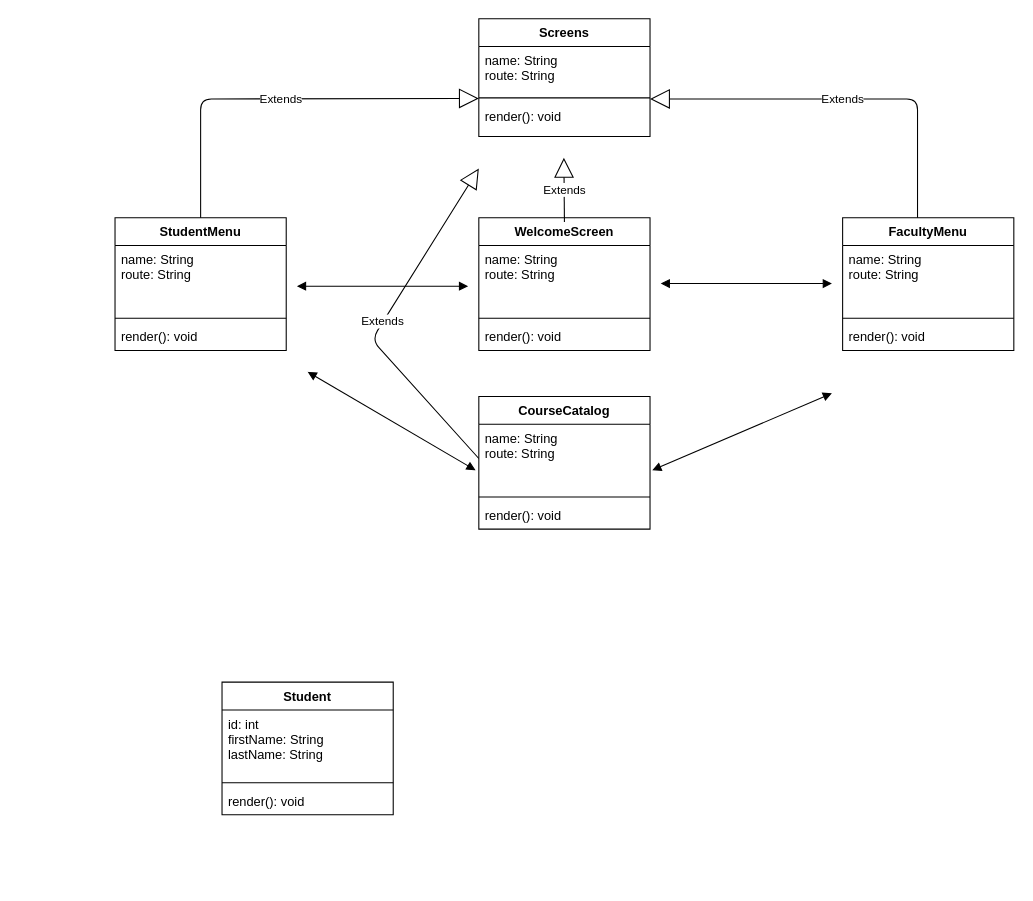
Above: classDiagram.drawio in 210726-java-react-serverless/hiroshi_nobuoka_p0 (draw.io), before the change. Source tidied: cells renumbered, new cells numbered last; positions are measured from the earlier drawing's top-left corner, leaving out a move shared by most shapes. Both pictures are drawn from the tidied source at 107%, with x=0, y=0 at pixel (114, 18).
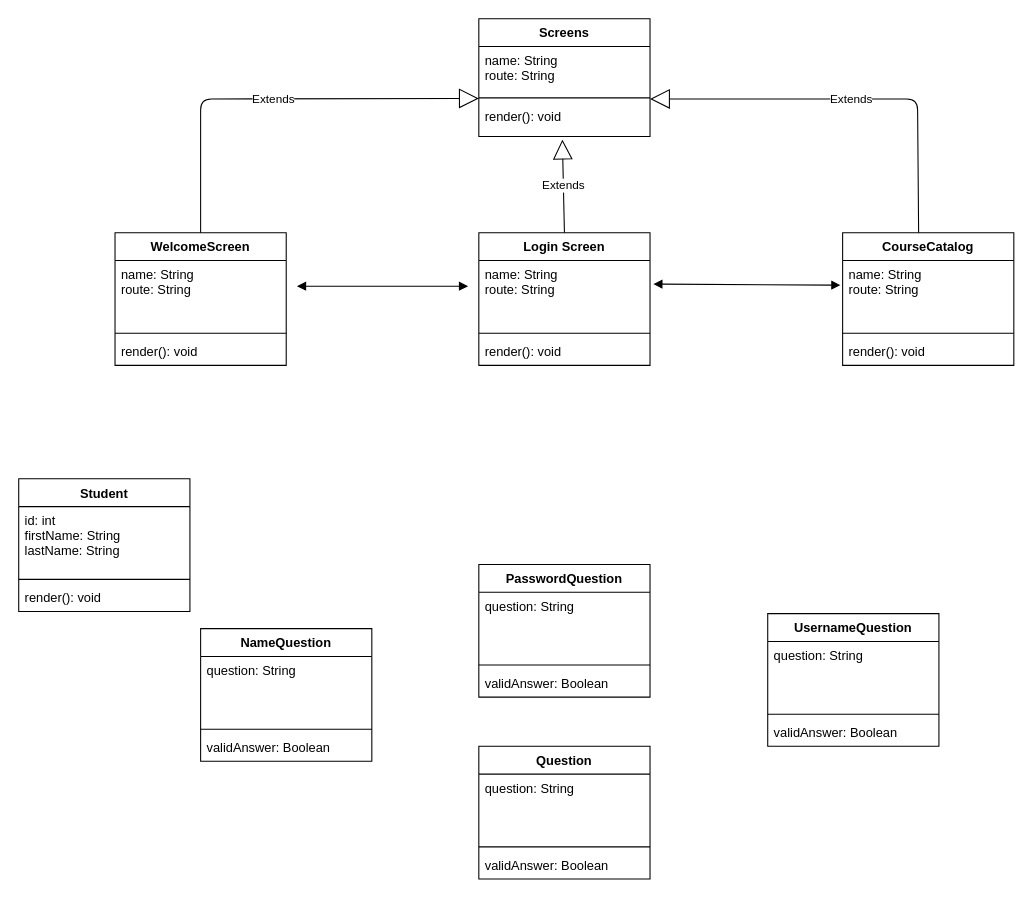
After the change.

Unchanged cells that the change refers to:
```xml
<mxCell id="5" value="render(): void&#10;" style="text;strokeColor=none;fillColor=none;align=left;verticalAlign=top;spacingLeft=4;spacingRight=4;overflow=hidden;points=[[0,0.5],[1,0.5]];portConstraint=eastwest;" parent="2" vertex="1">
  <mxGeometry y="78" width="160" height="32" as="geometry" />
</mxCell>
<mxCell id="11" value="name: String&#10;route: String" style="text;strokeColor=none;fillColor=none;align=left;verticalAlign=top;spacingLeft=4;spacingRight=4;overflow=hidden;points=[[0,0.5],[1,0.5]];portConstraint=eastwest;" parent="10" vertex="1">
  <mxGeometry y="26" width="160" height="64" as="geometry" />
</mxCell>
<mxCell id="24" value="name: String&#10;route: String" style="text;strokeColor=none;fillColor=none;align=left;verticalAlign=top;spacingLeft=4;spacingRight=4;overflow=hidden;points=[[0,0.5],[1,0.5]];portConstraint=eastwest;" parent="23" vertex="1">
  <mxGeometry y="26" width="160" height="64" as="geometry" />
</mxCell>
```

What changed in the source:
```diff
@@
     <mxCell id="6" value="WelcomeScreen" style="swimlane;fontStyle=1;align=center;verticalAlign=top;horizontal=1;startSize=26;" parent="1" vertex="1">
-      <mxGeometry x="340" y="186" width="160" height="124" as="geometry" />
+      <mxGeometry y="200" width="160" height="124" as="geometry" />
     </mxCell>
@@
-    <mxCell id="10" value="StudentMenu" style="swimlane;fontStyle=1;align=center;verticalAlign=top;horizontal=1;startSize=26;" parent="1" vertex="1">
-      <mxGeometry y="186" width="160" height="124" as="geometry" />
+    <mxCell id="10" value="Login Screen" style="swimlane;fontStyle=1;align=center;verticalAlign=top;horizontal=1;startSize=26;" parent="1" vertex="1">
+      <mxGeometry x="340" y="200" width="160" height="124" as="geometry" />
     </mxCell>
@@
-    <mxCell id="14" value="FacultyMenu" style="swimlane;fontStyle=1;align=center;verticalAlign=top;horizontal=1;startSize=26;" parent="1" vertex="1">
-      <mxGeometry x="680" y="186" width="160" height="124" as="geometry" />
-    </mxCell>
-    <mxCell id="15" value="name: String&#10;route: String" style="text;strokeColor=none;fillColor=none;align=left;verticalAlign=top;spacingLeft=4;spacingRight=4;overflow=hidden;" parent="14" vertex="1">
-      <mxGeometry y="26" width="160" height="64" as="geometry" />
-    </mxCell>
-    <mxCell id="16" style="line;strokeWidth=1;fillColor=none;align=left;verticalAlign=middle;spacingTop=-1;spacingLeft=3;spacingRight=3;labelPosition=right;" parent="14" vertex="1">
-      <mxGeometry y="90" width="160" height="8" as="geometry" />
-    </mxCell>
-    <mxCell id="17" value="render(): void" style="text;strokeColor=none;fillColor=none;align=left;verticalAlign=top;spacingLeft=4;spacingRight=4;overflow=hidden;" parent="14" vertex="1">
-      <mxGeometry y="98" width="160" height="26" as="geometry" />
-    </mxCell>
-    <mxCell id="18" value="Extends" style="endArrow=block;endSize=16;endFill=0;html=1;exitX=0.5;exitY=0;exitDx=0;exitDy=0;" parent="1" edge="1" source="10">
+    <mxCell id="18" value="Extends" style="endArrow=block;endSize=16;endFill=0;html=1;exitX=0.5;exitY=0;exitDx=0;exitDy=0;" parent="1" edge="1" source="6">
       <mxGeometry relative="1" as="geometry">
         <mxPoint x="340" y="74.5" as="targetPoint" />
         <Array as="points">
           <mxPoint x="80" y="75" />
         </Array>
       </mxGeometry>
     </mxCell>
-    <mxCell id="19" value="Extends" style="endArrow=block;endSize=16;endFill=0;html=1;exitX=0.5;exitY=0;exitDx=0;exitDy=0;" parent="1" edge="1">
+    <mxCell id="19" value="Extends" style="endArrow=block;endSize=16;endFill=0;html=1;exitX=0.444;exitY=0.008;exitDx=0;exitDy=0;exitPerimeter=0;" parent="1" edge="1" source="23">
       <mxGeometry relative="1" as="geometry">
-        <mxPoint x="750" y="186" as="sourcePoint" />
         <mxPoint x="500" y="75" as="targetPoint" />
         <Array as="points">
           <mxPoint x="750" y="75" />
         </Array>
       </mxGeometry>
     </mxCell>
-    <mxCell id="20" value="Extends" style="endArrow=block;endSize=16;endFill=0;html=1;" parent="1" edge="1">
-      <mxGeometry relative="1" as="geometry">
-        <mxPoint x="420" y="190" as="sourcePoint" />
-        <mxPoint x="419.5" y="130" as="targetPoint" />
-      </mxGeometry>
+    <mxCell id="20" value="Extends" style="endArrow=block;endSize=16;endFill=0;html=1;entryX=0.488;entryY=1.094;entryDx=0;entryDy=0;entryPerimeter=0;exitX=0.5;exitY=0;exitDx=0;exitDy=0;" parent="1" edge="1" source="10" target="5">
+      <mxGeometry relative="1" as="geometry" />
     </mxCell>
@@
-    <mxCell id="22" style="endArrow=block;startArrow=block;endFill=1;startFill=1;html=1;" parent="1" edge="1">
+    <mxCell id="22" style="endArrow=block;startArrow=block;endFill=1;startFill=1;html=1;exitX=1.019;exitY=0.344;exitDx=0;exitDy=0;exitPerimeter=0;" parent="1" edge="1" source="11">
       <mxGeometry relative="1" as="geometry">
-        <mxPoint x="510" y="247.5" as="sourcePoint" />
-        <mxPoint x="670" y="247.5" as="targetPoint" />
+        <mxPoint x="678" y="249" as="targetPoint" />
       </mxGeometry>
     </mxCell>
     <mxCell id="23" value="CourseCatalog" style="swimlane;fontStyle=1;align=center;verticalAlign=top;horizontal=1;startSize=26;" parent="1" vertex="1">
-      <mxGeometry x="340" y="353" width="160" height="124" as="geometry" />
+      <mxGeometry x="680" y="200" width="160" height="124" as="geometry" />
     </mxCell>
@@
-    <mxCell id="27" value="Extends" style="endArrow=block;endSize=16;endFill=0;html=1;exitX=0;exitY=0.5;exitDx=0;exitDy=0;" parent="1" edge="1" source="24">
-      <mxGeometry relative="1" as="geometry">
-        <mxPoint x="340" y="140" as="targetPoint" />
-        <Array as="points">
-          <mxPoint x="240" y="300" />
-        </Array>
-      </mxGeometry>
-    </mxCell>
-    <mxCell id="28" style="endArrow=block;startArrow=block;endFill=1;startFill=1;html=1;entryX=-0.019;entryY=0.672;entryDx=0;entryDy=0;entryPerimeter=0;" parent="1" edge="1" target="24">
-      <mxGeometry relative="1" as="geometry">
-        <mxPoint x="180" y="330" as="sourcePoint" />
-      </mxGeometry>
-    </mxCell>
-    <mxCell id="29" style="endArrow=block;startArrow=block;endFill=1;startFill=1;html=1;exitX=1.013;exitY=0.672;exitDx=0;exitDy=0;exitPerimeter=0;" parent="1" edge="1" source="24">
-      <mxGeometry relative="1" as="geometry">
-        <mxPoint x="670" y="350" as="targetPoint" />
-      </mxGeometry>
-    </mxCell>
     <mxCell id="30" value="Student" style="swimlane;fontStyle=1;align=center;verticalAlign=top;horizontal=1;startSize=26;" parent="1" vertex="1">
-      <mxGeometry x="100" y="620" width="160" height="124" as="geometry" />
+      <mxGeometry x="-90" y="430" width="160" height="124" as="geometry" />
     </mxCell>
@@
+    <mxCell id="34" value="Question" style="swimlane;fontStyle=1;align=center;verticalAlign=top;horizontal=1;startSize=26;" parent="1" vertex="1">
+      <mxGeometry x="340" y="680" width="160" height="124" as="geometry" />
+    </mxCell>
+    <mxCell id="35" value="question: String" style="text;strokeColor=none;fillColor=none;align=left;verticalAlign=top;spacingLeft=4;spacingRight=4;overflow=hidden;" parent="34" vertex="1">
+      <mxGeometry y="26" width="160" height="64" as="geometry" />
+    </mxCell>
+    <mxCell id="36" style="line;strokeWidth=1;fillColor=none;align=left;verticalAlign=middle;spacingTop=-1;spacingLeft=3;spacingRight=3;labelPosition=right;" parent="34" vertex="1">
+      <mxGeometry y="90" width="160" height="8" as="geometry" />
+    </mxCell>
+    <mxCell id="37" value="validAnswer: Boolean" style="text;strokeColor=none;fillColor=none;align=left;verticalAlign=top;spacingLeft=4;spacingRight=4;overflow=hidden;" parent="34" vertex="1">
+      <mxGeometry y="98" width="160" height="26" as="geometry" />
+    </mxCell>
+    <mxCell id="38" value="NameQuestion" style="swimlane;fontStyle=1;align=center;verticalAlign=top;horizontal=1;startSize=26;" parent="1" vertex="1">
+      <mxGeometry x="80" y="570" width="160" height="124" as="geometry" />
+    </mxCell>
+    <mxCell id="39" value="question: String" style="text;strokeColor=none;fillColor=none;align=left;verticalAlign=top;spacingLeft=4;spacingRight=4;overflow=hidden;" parent="38" vertex="1">
+      <mxGeometry y="26" width="160" height="64" as="geometry" />
+    </mxCell>
+    <mxCell id="40" style="line;strokeWidth=1;fillColor=none;align=left;verticalAlign=middle;spacingTop=-1;spacingLeft=3;spacingRight=3;labelPosition=right;" parent="38" vertex="1">
+      <mxGeometry y="90" width="160" height="8" as="geometry" />
+    </mxCell>
+    <mxCell id="41" value="validAnswer: Boolean" style="text;strokeColor=none;fillColor=none;align=left;verticalAlign=top;spacingLeft=4;spacingRight=4;overflow=hidden;" parent="38" vertex="1">
+      <mxGeometry y="98" width="160" height="26" as="geometry" />
+    </mxCell>
+    <mxCell id="42" value="PasswordQuestion" style="swimlane;fontStyle=1;align=center;verticalAlign=top;horizontal=1;startSize=26;" parent="1" vertex="1">
+      <mxGeometry x="340" y="510" width="160" height="124" as="geometry" />
+    </mxCell>
+    <mxCell id="43" value="question: String" style="text;strokeColor=none;fillColor=none;align=left;verticalAlign=top;spacingLeft=4;spacingRight=4;overflow=hidden;" parent="42" vertex="1">
+      <mxGeometry y="26" width="160" height="64" as="geometry" />
+    </mxCell>
+    <mxCell id="44" style="line;strokeWidth=1;fillColor=none;align=left;verticalAlign=middle;spacingTop=-1;spacingLeft=3;spacingRight=3;labelPosition=right;" parent="42" vertex="1">
+      <mxGeometry y="90" width="160" height="8" as="geometry" />
+    </mxCell>
+    <mxCell id="45" value="validAnswer: Boolean" style="text;strokeColor=none;fillColor=none;align=left;verticalAlign=top;spacingLeft=4;spacingRight=4;overflow=hidden;" parent="42" vertex="1">
+      <mxGeometry y="98" width="160" height="26" as="geometry" />
+    </mxCell>
+    <mxCell id="46" value="UsernameQuestion" style="swimlane;fontStyle=1;align=center;verticalAlign=top;horizontal=1;startSize=26;" parent="1" vertex="1">
+      <mxGeometry x="610" y="556" width="160" height="124" as="geometry" />
+    </mxCell>
+    <mxCell id="47" value="question: String" style="text;strokeColor=none;fillColor=none;align=left;verticalAlign=top;spacingLeft=4;spacingRight=4;overflow=hidden;" parent="46" vertex="1">
+      <mxGeometry y="26" width="160" height="64" as="geometry" />
+    </mxCell>
+    <mxCell id="48" style="line;strokeWidth=1;fillColor=none;align=left;verticalAlign=middle;spacingTop=-1;spacingLeft=3;spacingRight=3;labelPosition=right;" parent="46" vertex="1">
+      <mxGeometry y="90" width="160" height="8" as="geometry" />
+    </mxCell>
+    <mxCell id="49" value="validAnswer: Boolean" style="text;strokeColor=none;fillColor=none;align=left;verticalAlign=top;spacingLeft=4;spacingRight=4;overflow=hidden;" parent="46" vertex="1">
+      <mxGeometry y="98" width="160" height="26" as="geometry" />
+    </mxCell>
```
